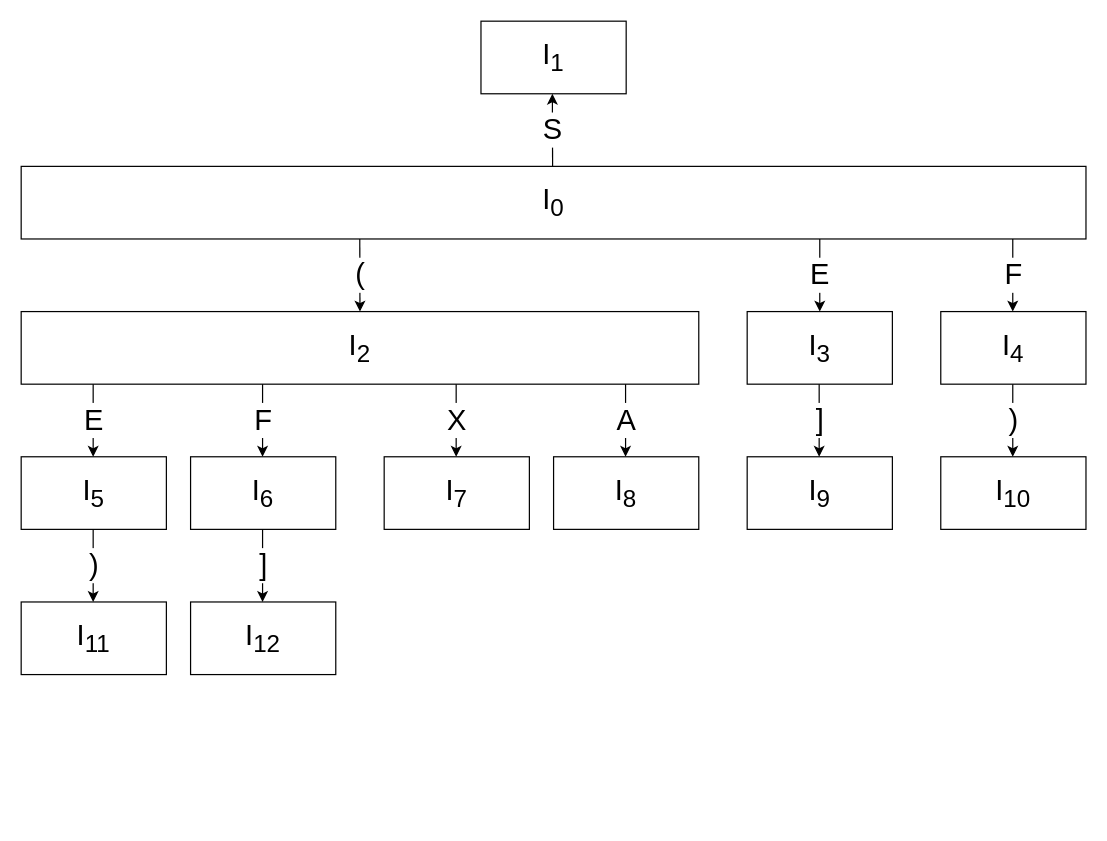
Earlier version of the draw.io diagram 3rd/autumn/compiler/submissions/04/01.drawio (jack007xx/univ-docs). Source tidied: cells renumbered, new cells numbered last; positions are measured from the earlier drawing's top-left corner, leaving out a move shared by most shapes. Both pictures are drawn from the tidied source at 121%, with x=0, y=0 at pixel (21, 21).
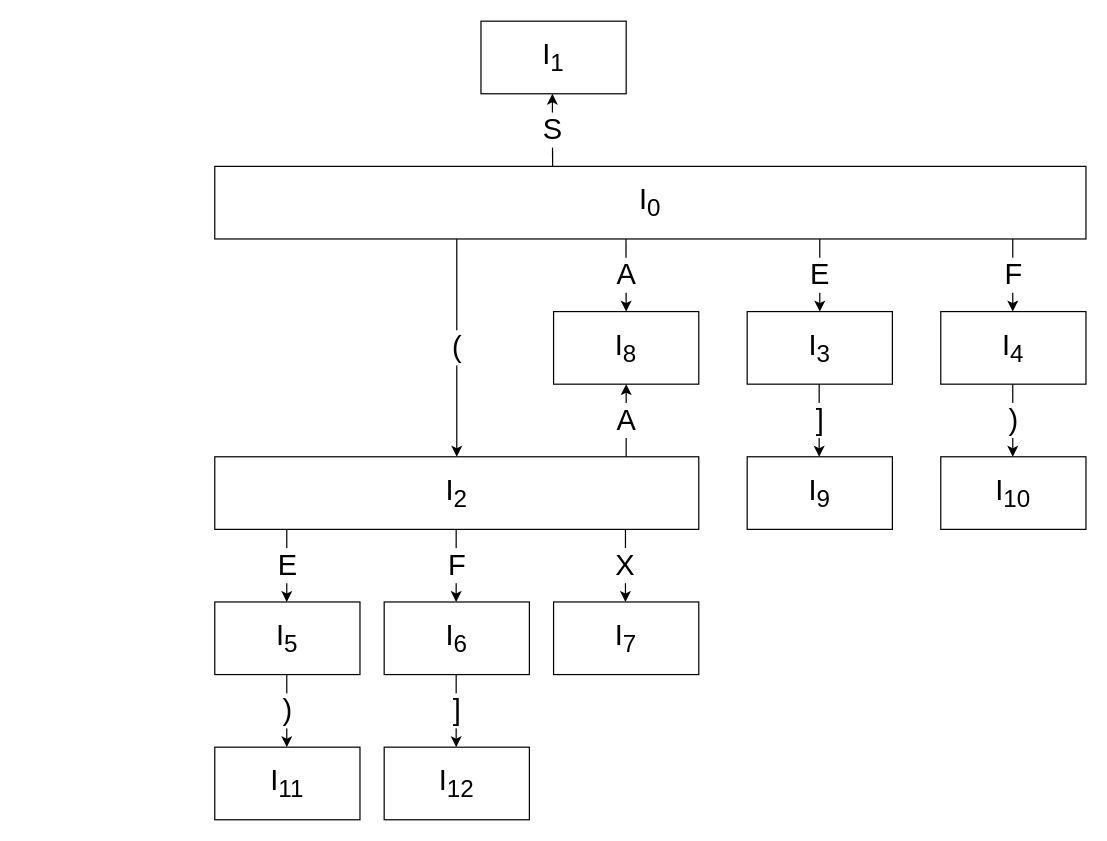
The same page after the edit.

Commit message (it also covers changes not shown here):
図の差し替え

Unchanged cells that the change refers to:
```xml
<mxCell id="5" value="I&lt;sub&gt;3&lt;/sub&gt;" style="rounded=0;whiteSpace=wrap;html=1;fontSize=24;" parent="1" vertex="1">
  <mxGeometry x="600" y="240" width="120" height="60" as="geometry" />
</mxCell>
```

Diff of the diagram source:
```diff
@@
     <mxCell id="3" value="I&lt;sub&gt;0&lt;/sub&gt;" style="rounded=0;whiteSpace=wrap;html=1;fontSize=24;" parent="1" vertex="1">
-      <mxGeometry y="120" width="880" height="60" as="geometry" />
+      <mxGeometry x="160" y="120" width="720" height="60" as="geometry" />
     </mxCell>
@@
     <mxCell id="8" value="I&lt;sub&gt;2&lt;/sub&gt;" style="rounded=0;whiteSpace=wrap;html=1;fontSize=24;" parent="1" vertex="1">
-      <mxGeometry y="240" width="560" height="60" as="geometry" />
+      <mxGeometry x="160" y="360" width="400" height="60" as="geometry" />
     </mxCell>
     <mxCell id="9" value="I&lt;sub&gt;8&lt;/sub&gt;" style="rounded=0;whiteSpace=wrap;html=1;fontSize=24;" parent="1" vertex="1">
-      <mxGeometry x="440" y="360" width="120" height="60" as="geometry" />
+      <mxGeometry x="440" y="240" width="120" height="60" as="geometry" />
     </mxCell>
     <mxCell id="10" value="I&lt;sub&gt;5&lt;/sub&gt;" style="rounded=0;whiteSpace=wrap;html=1;fontSize=24;" parent="1" vertex="1">
-      <mxGeometry y="360" width="120" height="60" as="geometry" />
+      <mxGeometry x="160" y="480" width="120" height="60" as="geometry" />
     </mxCell>
     <mxCell id="11" value="I&lt;sub&gt;6&lt;/sub&gt;" style="rounded=0;whiteSpace=wrap;html=1;fontSize=24;" parent="1" vertex="1">
-      <mxGeometry x="140" y="360" width="120" height="60" as="geometry" />
+      <mxGeometry x="300" y="480" width="120" height="60" as="geometry" />
     </mxCell>
     <mxCell id="12" value="I&lt;sub&gt;7&lt;/sub&gt;" style="rounded=0;whiteSpace=wrap;html=1;fontSize=24;" parent="1" vertex="1">
-      <mxGeometry x="300" y="360" width="120" height="60" as="geometry" />
+      <mxGeometry x="440" y="480" width="120" height="60" as="geometry" />
     </mxCell>
     <mxCell id="13" value="I&lt;sub&gt;12&lt;/sub&gt;" style="rounded=0;whiteSpace=wrap;html=1;fontSize=24;" parent="1" vertex="1">
-      <mxGeometry x="140" y="480" width="120" height="60" as="geometry" />
+      <mxGeometry x="300" y="600" width="120" height="60" as="geometry" />
     </mxCell>
     <mxCell id="14" value="I&lt;sub&gt;11&lt;/sub&gt;" style="rounded=0;whiteSpace=wrap;html=1;fontSize=24;" parent="1" vertex="1">
-      <mxGeometry y="480" width="120" height="60" as="geometry" />
+      <mxGeometry x="160" y="600" width="120" height="60" as="geometry" />
     </mxCell>
-    <mxCell id="15" value="E" style="endArrow=classic;html=1;fontSize=24;entryX=0.5;entryY=0;entryDx=0;entryDy=0;exitX=0.75;exitY=1;exitDx=0;exitDy=0;" parent="1" edge="1" source="3" target="5">
-      <mxGeometry relative="1" as="geometry" />
+    <mxCell id="15" value="E" style="endArrow=classic;html=1;fontSize=24;entryX=0.5;entryY=0;entryDx=0;entryDy=0;" parent="1" edge="1" target="5">
+      <mxGeometry relative="1" as="geometry">
+        <mxPoint x="660" y="180" as="sourcePoint" />
+      </mxGeometry>
     </mxCell>
-    <mxCell id="16" value="(" style="endArrow=classic;html=1;fontSize=24;entryX=0.5;entryY=0;entryDx=0;entryDy=0;exitX=0.318;exitY=1;exitDx=0;exitDy=0;exitPerimeter=0;" parent="1" edge="1" source="3" target="8">
-      <mxGeometry relative="1" as="geometry" />
+    <mxCell id="16" value="(" style="endArrow=classic;html=1;fontSize=24;entryX=0.5;entryY=0;entryDx=0;entryDy=0;" parent="1" edge="1" target="8">
+      <mxGeometry relative="1" as="geometry">
+        <mxPoint x="360" y="180" as="sourcePoint" />
+      </mxGeometry>
     </mxCell>
@@
     <mxCell id="20" value="F" style="endArrow=classic;html=1;fontSize=24;entryX=0.5;entryY=0;entryDx=0;entryDy=0;exitX=0.75;exitY=1;exitDx=0;exitDy=0;" parent="1" edge="1">
       <mxGeometry relative="1" as="geometry">
-        <mxPoint x="199.5" y="300" as="sourcePoint" />
-        <mxPoint x="199.5" y="360" as="targetPoint" />
+        <mxPoint x="359.5" y="420" as="sourcePoint" />
+        <mxPoint x="359.5" y="480" as="targetPoint" />
       </mxGeometry>
     </mxCell>
-    <mxCell id="21" value="X" style="endArrow=classic;html=1;fontSize=24;entryX=0.5;entryY=0;entryDx=0;entryDy=0;exitX=0.75;exitY=1;exitDx=0;exitDy=0;" parent="1" edge="1">
-      <mxGeometry relative="1" as="geometry">
-        <mxPoint x="359.5" y="300" as="sourcePoint" />
-        <mxPoint x="359.5" y="360" as="targetPoint" />
-      </mxGeometry>
-    </mxCell>
-    <mxCell id="22" value="A" style="endArrow=classic;html=1;fontSize=24;entryX=0.5;entryY=0;entryDx=0;entryDy=0;exitX=0.75;exitY=1;exitDx=0;exitDy=0;" parent="1" edge="1">
-      <mxGeometry relative="1" as="geometry">
-        <mxPoint x="499.5" y="300" as="sourcePoint" />
-        <mxPoint x="499.5" y="360" as="targetPoint" />
-      </mxGeometry>
-    </mxCell>
     <mxCell id="23" value="E" style="endArrow=classic;html=1;fontSize=24;entryX=0.5;entryY=0;entryDx=0;entryDy=0;exitX=0.75;exitY=1;exitDx=0;exitDy=0;" parent="1" edge="1">
       <mxGeometry relative="1" as="geometry">
-        <mxPoint x="59.5" y="300" as="sourcePoint" />
-        <mxPoint x="59.5" y="360" as="targetPoint" />
+        <mxPoint x="219.5" y="420" as="sourcePoint" />
+        <mxPoint x="219.5" y="480" as="targetPoint" />
       </mxGeometry>
     </mxCell>
     <mxCell id="24" value=")" style="endArrow=classic;html=1;fontSize=24;entryX=0.5;entryY=0;entryDx=0;entryDy=0;exitX=0.75;exitY=1;exitDx=0;exitDy=0;" parent="1" edge="1">
       <mxGeometry relative="1" as="geometry">
-        <mxPoint x="59.5" y="420" as="sourcePoint" />
-        <mxPoint x="59.5" y="480" as="targetPoint" />
+        <mxPoint x="219.5" y="540" as="sourcePoint" />
+        <mxPoint x="219.5" y="600" as="targetPoint" />
       </mxGeometry>
     </mxCell>
     <mxCell id="25" value="]" style="endArrow=classic;html=1;fontSize=24;entryX=0.5;entryY=0;entryDx=0;entryDy=0;exitX=0.75;exitY=1;exitDx=0;exitDy=0;" parent="1" edge="1">
       <mxGeometry relative="1" as="geometry">
-        <mxPoint x="199.5" y="420" as="sourcePoint" />
-        <mxPoint x="199.5" y="480" as="targetPoint" />
+        <mxPoint x="359.5" y="540" as="sourcePoint" />
+        <mxPoint x="359.5" y="600" as="targetPoint" />
       </mxGeometry>
     </mxCell>
@@
+    <mxCell id="21" value="X" style="endArrow=classic;html=1;fontSize=24;entryX=0.5;entryY=0;entryDx=0;entryDy=0;exitX=0.75;exitY=1;exitDx=0;exitDy=0;" parent="1" edge="1">
+      <mxGeometry relative="1" as="geometry">
+        <mxPoint x="499.4" y="420" as="sourcePoint" />
+        <mxPoint x="499.4" y="480" as="targetPoint" />
+      </mxGeometry>
+    </mxCell>
+    <mxCell id="27" value="A" style="endArrow=classic;html=1;entryX=0.5;entryY=0;entryDx=0;entryDy=0;exitX=0.472;exitY=1;exitDx=0;exitDy=0;exitPerimeter=0;fontSize=24;" parent="1" edge="1" source="3" target="9">
+      <mxGeometry relative="1" as="geometry" />
+    </mxCell>
+    <mxCell id="28" value="A" style="endArrow=classic;html=1;entryX=0.5;entryY=1;entryDx=0;entryDy=0;fontSize=24;" parent="1" edge="1" target="9">
+      <mxGeometry relative="1" as="geometry">
+        <mxPoint x="500" y="360" as="sourcePoint" />
+      </mxGeometry>
+    </mxCell>
```
